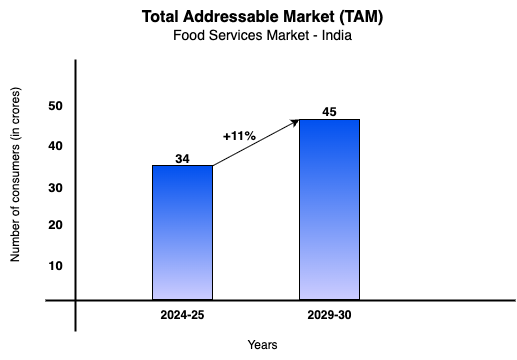
Aggarwal-Bhavya/Case-Study-Graphs-And-Diagrams keeps this draw.io diagram as Food services TAM.drawio.png. Above is the earlier version. Source tidied: cells renumbered, new cells last; positions are measured from the earlier drawing's top-left corner, leaving out a move shared by most shapes.
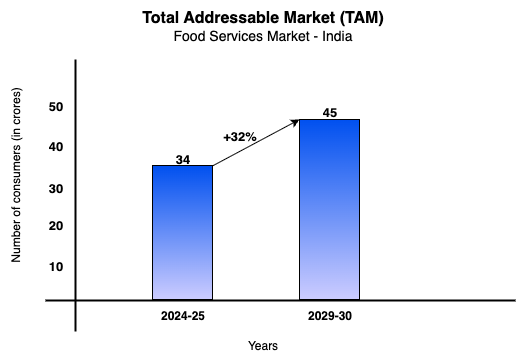
Above is the later version.

What changed in the source:
```diff
@@ -32,8 +32,8 @@
     <mxCell id="10" value="&lt;font style=&quot;color: light-dark(rgb(0, 0, 0), rgb(13, 13, 13));&quot;&gt;&lt;b&gt;2029-30&lt;/b&gt;&lt;/font&gt;" style="text;html=1;align=center;verticalAlign=middle;strokeColor=none;fillColor=none;" parent="1" vertex="1">
       <mxGeometry x="379" y="300" width="70" height="30" as="geometry" />
     </mxCell>
-    <mxCell id="11" value="&lt;span style=&quot;font-size: 13px;&quot;&gt;&lt;b&gt;&lt;font style=&quot;color: light-dark(rgb(0, 0, 0), rgb(77, 153, 0));&quot;&gt;+11%&lt;/font&gt;&lt;/b&gt;&lt;/span&gt;" style="text;html=1;align=center;verticalAlign=middle;fontColor=light-dark(#000000,#0D0D0D);" parent="1" vertex="1">
-      <mxGeometry x="294" y="120" width="60" height="30" as="geometry" />
+    <mxCell id="11" value="&lt;span style=&quot;font-size: 13px;&quot;&gt;&lt;b&gt;&lt;font style=&quot;color: light-dark(rgb(0, 0, 0), rgb(77, 153, 0));&quot;&gt;+32%&lt;/font&gt;&lt;/b&gt;&lt;/span&gt;" style="text;html=1;align=center;verticalAlign=middle;fontColor=light-dark(#000000,#0D0D0D);" parent="1" vertex="1">
+      <mxGeometry x="298" y="121" width="52" height="28" as="geometry" />
     </mxCell>
     <mxCell id="12" value="&lt;span style=&quot;font-size: 13px;&quot;&gt;&lt;b&gt;10&lt;/b&gt;&lt;/span&gt;" style="text;html=1;align=center;verticalAlign=middle;fontColor=light-dark(#000000,#0D0D0D);" parent="1" vertex="1">
       <mxGeometry x="120" y="250" width="40" height="30" as="geometry" />
```
